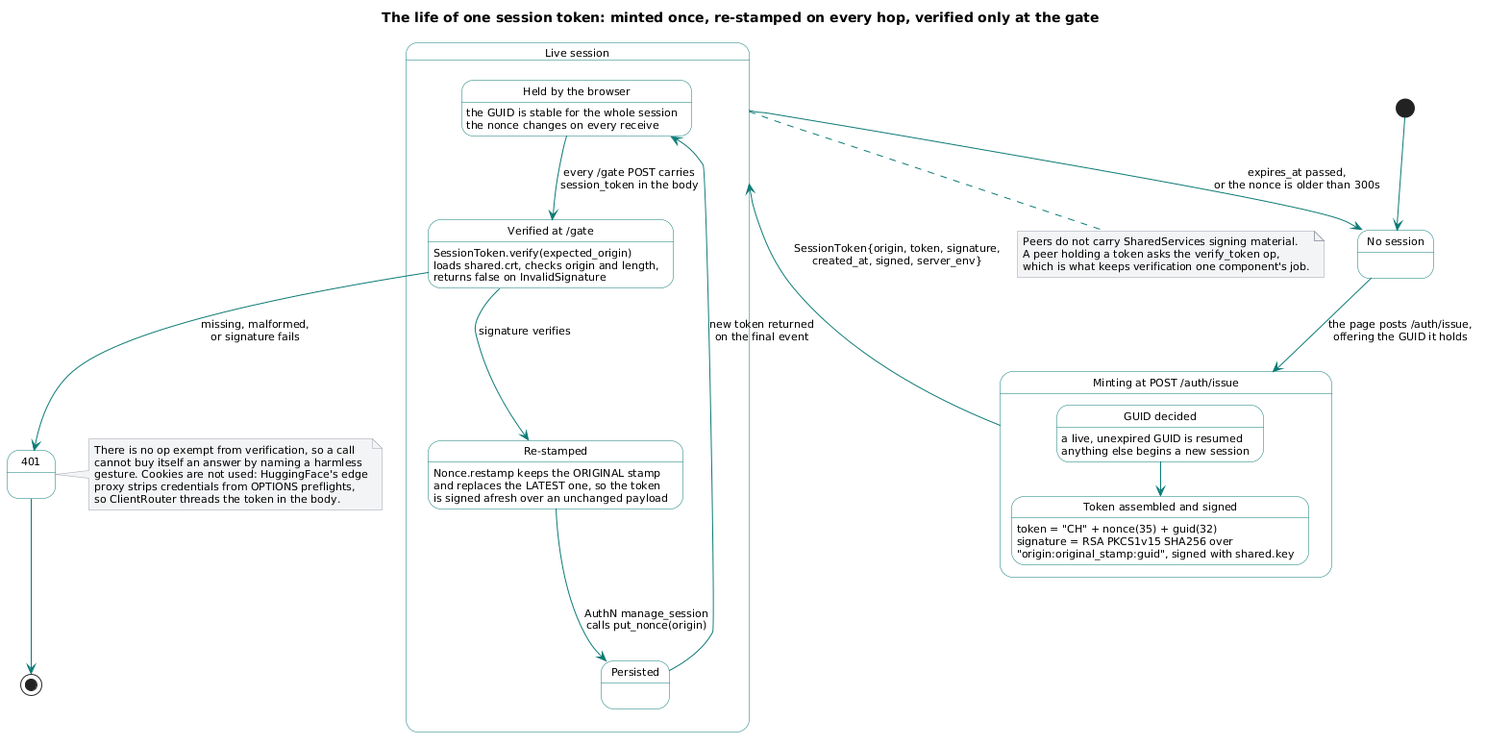
SkipSnow/ChatHealthyRepo keeps this PlantUML diagram as brain/machine_artifacts/diagramsAndImages/rendered/ss_session_state.png. Above is the earlier version. Source of this version:
```plantuml
@startuml
skinparam shadowing false
skinparam defaultFontName Segoe UI
skinparam defaultFontSize 11
skinparam ArrowColor #0b7a75
skinparam ComponentBorderColor #0b7a75
skinparam DatabaseBorderColor #6b7280
skinparam NoteBackgroundColor #f3f4f6
skinparam NoteBorderColor #9ca3af
skinparam StateBorderColor #0b7a75
skinparam StateBackgroundColor #ffffff

title The life of one session token: minted once, re-stamped on every hop, verified only at the gate

[*] --> NoSession

state "No session" as NoSession

state "Minting at POST /auth/issue" as Mint {
  state "GUID decided" as MintGuid
  state "Token assembled and signed" as MintSign
  MintGuid --> MintSign
}

state "Live session" as Live {
  state "Held by the browser" as Held
  state "Verified at /gate" as Verify
  state "Re-stamped" as Restamp
  state "Persisted" as Persist

  Held --> Verify : every /gate POST carries\nsession_token in the body
  Verify --> Restamp : signature verifies
  Restamp --> Persist : AuthN manage_session\ncalls put_nonce(origin)
  Persist --> Held : new token returned\non the final event
}

state "401" as Denied

NoSession --> Mint : the page posts /auth/issue,\noffering the GUID it holds

MintGuid : a live, unexpired GUID is resumed
MintGuid : anything else begins a new session
MintSign : token = "CH" + nonce(35) + guid(32)
MintSign : signature = RSA PKCS1v15 SHA256 over
MintSign : "origin:original_stamp:guid", signed with shared.key

Mint --> Live : SessionToken{origin, token, signature,\ncreated_at, signed, server_env}

Verify --> Denied : missing, malformed,\nor signature fails
Denied --> [*]

Live --> NoSession : expires_at passed,\nor the nonce is older than 300s

Verify : SessionToken.verify(expected_origin)
Verify : loads shared.crt, checks origin and length,
Verify : returns false on InvalidSignature

Restamp : Nonce.restamp keeps the ORIGINAL stamp
Restamp : and replaces the LATEST one, so the token
Restamp : is signed afresh over an unchanged payload

Held : the GUID is stable for the whole session
Held : the nonce changes on every receive

note right of Denied #f3f4f6
  There is no op exempt from verification, so a call
  cannot buy itself an answer by naming a harmless
  gesture. Cookies are not used: HuggingFace's edge
  proxy strips credentials from OPTIONS preflights,
  so ClientRouter threads the token in the body.
end note

note bottom of Live #f3f4f6
  Peers do not carry SharedServices signing material.
  A peer holding a token asks the verify_token op,
  which is what keeps verification one component's job.
end note
@enduml
```
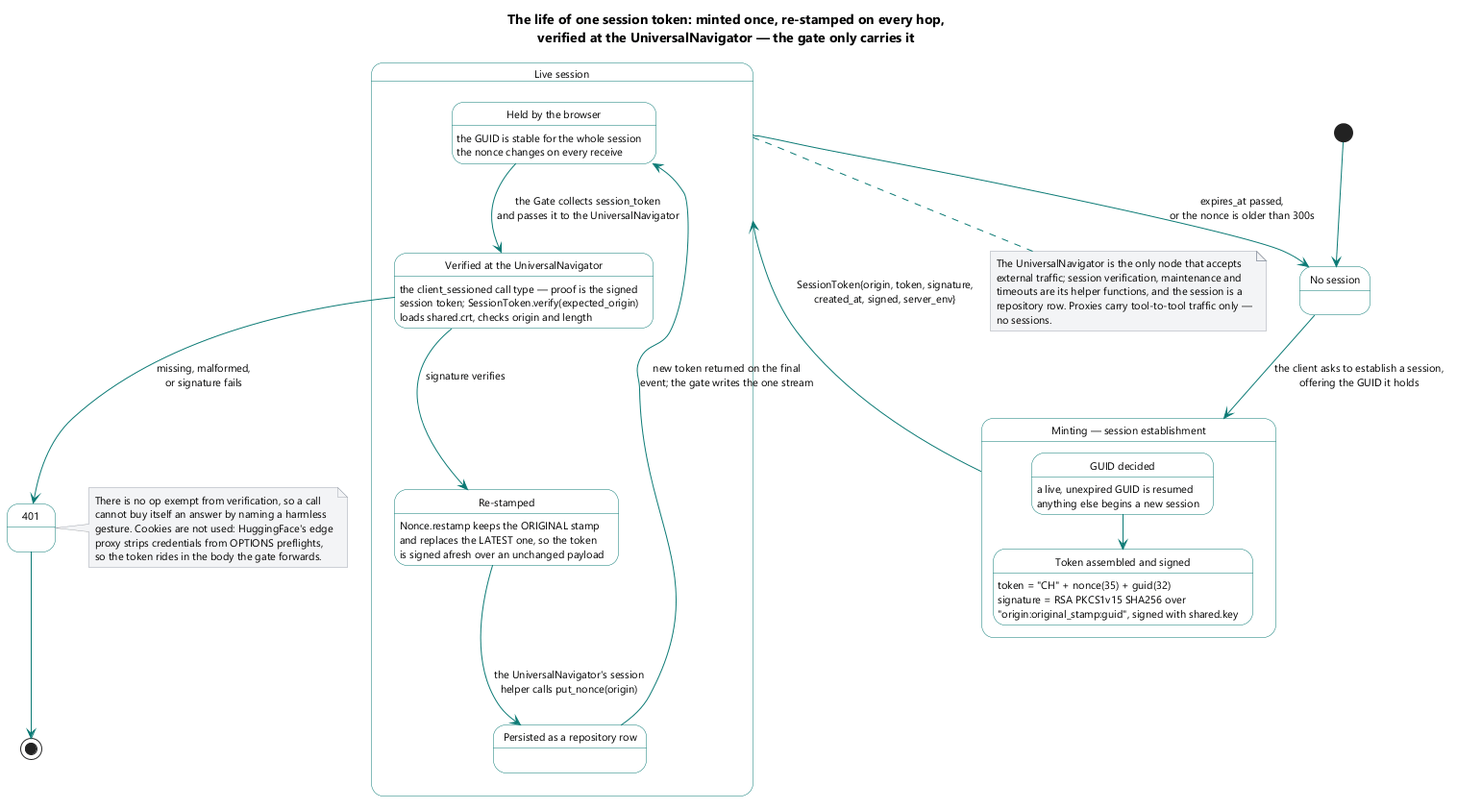
The same diagram one commit later.

Diff of the diagram source:
```diff
@@ -10,13 +10,13 @@
 skinparam StateBorderColor #0b7a75
 skinparam StateBackgroundColor #ffffff
 
-title The life of one session token: minted once, re-stamped on every hop, verified only at the gate
+title The life of one session token: minted once, re-stamped on every hop,\nverified at the UniversalNavigator — the gate only carries it
 
 [*] --> NoSession
 
 state "No session" as NoSession
 
-state "Minting at POST /auth/issue" as Mint {
+state "Minting — session establishment" as Mint {
   state "GUID decided" as MintGuid
   state "Token assembled and signed" as MintSign
   MintGuid --> MintSign
@@ -24,19 +24,19 @@
 
 state "Live session" as Live {
   state "Held by the browser" as Held
-  state "Verified at /gate" as Verify
+  state "Verified at the UniversalNavigator" as Verify
   state "Re-stamped" as Restamp
-  state "Persisted" as Persist
+  state "Persisted as a repository row" as Persist
 
-  Held --> Verify : every /gate POST carries\nsession_token in the body
+  Held --> Verify : the Gate collects session_token\nand passes it to the UniversalNavigator
   Verify --> Restamp : signature verifies
-  Restamp --> Persist : AuthN manage_session\ncalls put_nonce(origin)
-  Persist --> Held : new token returned\non the final event
+  Restamp --> Persist : the UniversalNavigator's session\nhelper calls put_nonce(origin)
+  Persist --> Held : new token returned on the final\nevent; the gate writes the one stream
 }
 
 state "401" as Denied
 
-NoSession --> Mint : the page posts /auth/issue,\noffering the GUID it holds
+NoSession --> Mint : the client asks to establish a session,\noffering the GUID it holds
 
 MintGuid : a live, unexpired GUID is resumed
 MintGuid : anything else begins a new session
@@ -51,9 +51,9 @@
 
 Live --> NoSession : expires_at passed,\nor the nonce is older than 300s
 
-Verify : SessionToken.verify(expected_origin)
-Verify : loads shared.crt, checks origin and length,
-Verify : returns false on InvalidSignature
+Verify : the client_sessioned call type — proof is the signed
+Verify : session token; SessionToken.verify(expected_origin)
+Verify : loads shared.crt, checks origin and length
 
 Restamp : Nonce.restamp keeps the ORIGINAL stamp
 Restamp : and replaces the LATEST one, so the token
@@ -67,12 +67,15 @@
   cannot buy itself an answer by naming a harmless
   gesture. Cookies are not used: HuggingFace's edge
   proxy strips credentials from OPTIONS preflights,
-  so ClientRouter threads the token in the body.
+  so the token rides in the body the gate forwards.
 end note
 
 note bottom of Live #f3f4f6
-  Peers do not carry SharedServices signing material.
-  A peer holding a token asks the verify_token op,
-  which is what keeps verification one component's job.
+  The UniversalNavigator is the only node that accepts
+  external traffic; session verification, maintenance and
+  timeouts are its helper functions, and the session is a
+  repository row. Proxies carry tool-to-tool traffic only —
+  no sessions.
 end note
+
 @enduml
```
